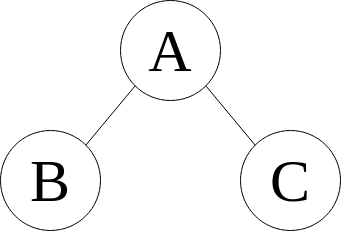
Earlier version of the draw.io export static/post-images/algo/tree1.png (coletonodonnell/coleton.io). Source tidied: cells renumbered, new cells last; positions are measured from the earlier drawing's top-left corner, leaving out a move shared by most shapes. Source of this version:
```xml
<mxGraphModel>
  <root>
    <mxCell id="0" />
    <mxCell id="1" parent="0" />
    <mxCell id="2" value="&lt;font style=&quot;font-size: 60px;&quot;&gt;A&lt;/font&gt;" style="ellipse;whiteSpace=wrap;html=1;labelBackgroundColor=none;shadow=0;rounded=1;" parent="1" vertex="1">
      <mxGeometry x="120" width="100" height="100" as="geometry" />
    </mxCell>
    <mxCell id="3" value="&lt;font style=&quot;font-size: 60px;&quot;&gt;B&lt;/font&gt;" style="ellipse;whiteSpace=wrap;html=1;labelBackgroundColor=none;strokeWidth=1;shadow=0;rounded=1;" parent="1" vertex="1">
      <mxGeometry y="130" width="100" height="100" as="geometry" />
    </mxCell>
    <mxCell id="4" value="&lt;font style=&quot;font-size: 60px;&quot;&gt;C&lt;/font&gt;" style="ellipse;whiteSpace=wrap;html=1;labelBackgroundColor=none;shadow=0;rounded=1;" parent="1" vertex="1">
      <mxGeometry x="240" y="130" width="100" height="100" as="geometry" />
    </mxCell>
    <mxCell id="5" style="endArrow=none;html=1;rounded=1;entryX=0;entryY=1;entryDx=0;entryDy=0;labelBackgroundColor=none;fontColor=default;shadow=0;exitX=1;exitY=0;exitDx=0;exitDy=0;" parent="1" edge="1" source="3" target="2">
      <mxGeometry relative="1" as="geometry" />
    </mxCell>
    <mxCell id="6" style="endArrow=none;html=1;rounded=1;exitX=1;exitY=1;exitDx=0;exitDy=0;entryX=0;entryY=0;entryDx=0;entryDy=0;labelBackgroundColor=none;fontColor=default;shadow=0;" parent="1" edge="1" source="2" target="4">
      <mxGeometry relative="1" as="geometry" />
    </mxCell>
  </root>
</mxGraphModel>
```
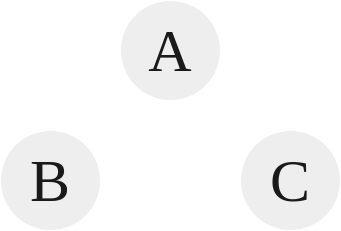
The same file after the commit.

Commit message:
tree terms

Change to the diagram source:
```diff
@@ -2,19 +2,19 @@
   <root>
     <mxCell id="0" />
     <mxCell id="1" parent="0" />
-    <mxCell id="2" value="&lt;font style=&quot;font-size: 60px;&quot;&gt;A&lt;/font&gt;" style="ellipse;whiteSpace=wrap;html=1;labelBackgroundColor=none;shadow=0;rounded=1;" parent="1" vertex="1">
+    <mxCell id="2" value="&lt;font style=&quot;font-size: 60px;&quot;&gt;A&lt;/font&gt;" style="ellipse;whiteSpace=wrap;html=1;labelBackgroundColor=none;shadow=0;rounded=1;fillColor=#EEEEEE;strokeColor=#FFFFFF;fontColor=#1A1A1A;" parent="1" vertex="1">
       <mxGeometry x="120" width="100" height="100" as="geometry" />
     </mxCell>
-    <mxCell id="3" value="&lt;font style=&quot;font-size: 60px;&quot;&gt;B&lt;/font&gt;" style="ellipse;whiteSpace=wrap;html=1;labelBackgroundColor=none;strokeWidth=1;shadow=0;rounded=1;" parent="1" vertex="1">
+    <mxCell id="3" value="&lt;font style=&quot;font-size: 60px;&quot;&gt;B&lt;/font&gt;" style="ellipse;whiteSpace=wrap;html=1;labelBackgroundColor=none;strokeWidth=1;shadow=0;rounded=1;fillColor=#EEEEEE;strokeColor=#FFFFFF;fontColor=#1A1A1A;" parent="1" vertex="1">
       <mxGeometry y="130" width="100" height="100" as="geometry" />
     </mxCell>
-    <mxCell id="4" value="&lt;font style=&quot;font-size: 60px;&quot;&gt;C&lt;/font&gt;" style="ellipse;whiteSpace=wrap;html=1;labelBackgroundColor=none;shadow=0;rounded=1;" parent="1" vertex="1">
+    <mxCell id="4" value="&lt;font style=&quot;font-size: 60px;&quot;&gt;C&lt;/font&gt;" style="ellipse;whiteSpace=wrap;html=1;labelBackgroundColor=none;shadow=0;rounded=1;fillColor=#EEEEEE;strokeColor=#FFFFFF;fontColor=#1A1A1A;" parent="1" vertex="1">
       <mxGeometry x="240" y="130" width="100" height="100" as="geometry" />
     </mxCell>
-    <mxCell id="5" style="endArrow=none;html=1;rounded=1;entryX=0;entryY=1;entryDx=0;entryDy=0;labelBackgroundColor=none;fontColor=default;shadow=0;exitX=1;exitY=0;exitDx=0;exitDy=0;" parent="1" edge="1" source="3" target="2">
+    <mxCell id="5" style="endArrow=none;html=1;rounded=1;entryX=0;entryY=1;entryDx=0;entryDy=0;labelBackgroundColor=none;fontColor=default;shadow=0;exitX=1;exitY=0;exitDx=0;exitDy=0;strokeColor=#FFFFFF;" parent="1" edge="1" source="3" target="2">
       <mxGeometry relative="1" as="geometry" />
     </mxCell>
-    <mxCell id="6" style="endArrow=none;html=1;rounded=1;exitX=1;exitY=1;exitDx=0;exitDy=0;entryX=0;entryY=0;entryDx=0;entryDy=0;labelBackgroundColor=none;fontColor=default;shadow=0;" parent="1" edge="1" source="2" target="4">
+    <mxCell id="6" style="endArrow=none;html=1;rounded=1;exitX=1;exitY=1;exitDx=0;exitDy=0;entryX=0;entryY=0;entryDx=0;entryDy=0;labelBackgroundColor=none;fontColor=default;shadow=0;strokeColor=#FFFFFF;" parent="1" edge="1" source="2" target="4">
       <mxGeometry relative="1" as="geometry" />
     </mxCell>
   </root>
```
